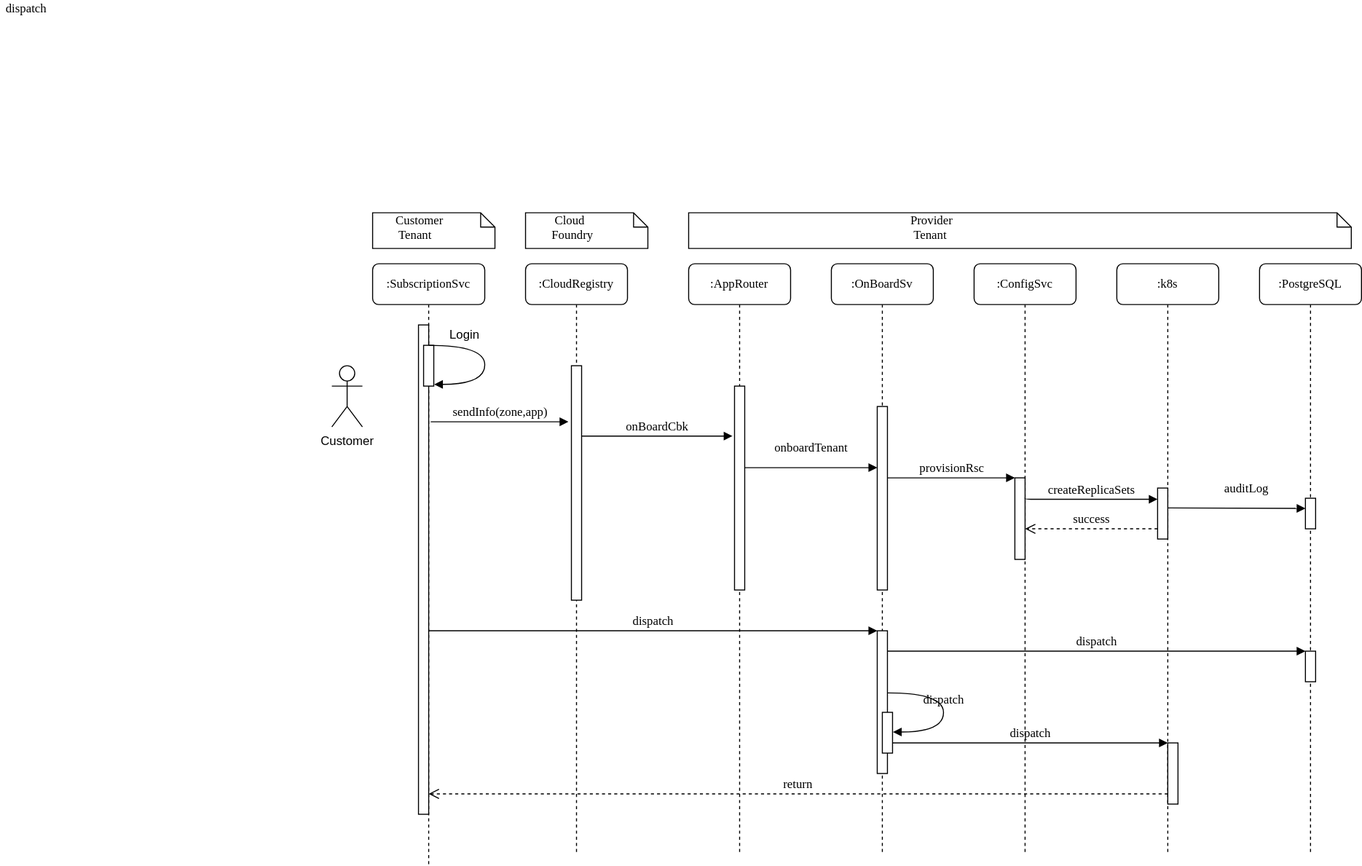
Before: Onboarding.svg, a diagram exported from draw.io (sundarvc/sequence-diagrams). Source tidied: cells renumbered, new cells last; positions are measured from the earlier drawing's top-left corner, leaving out a move shared by most shapes.
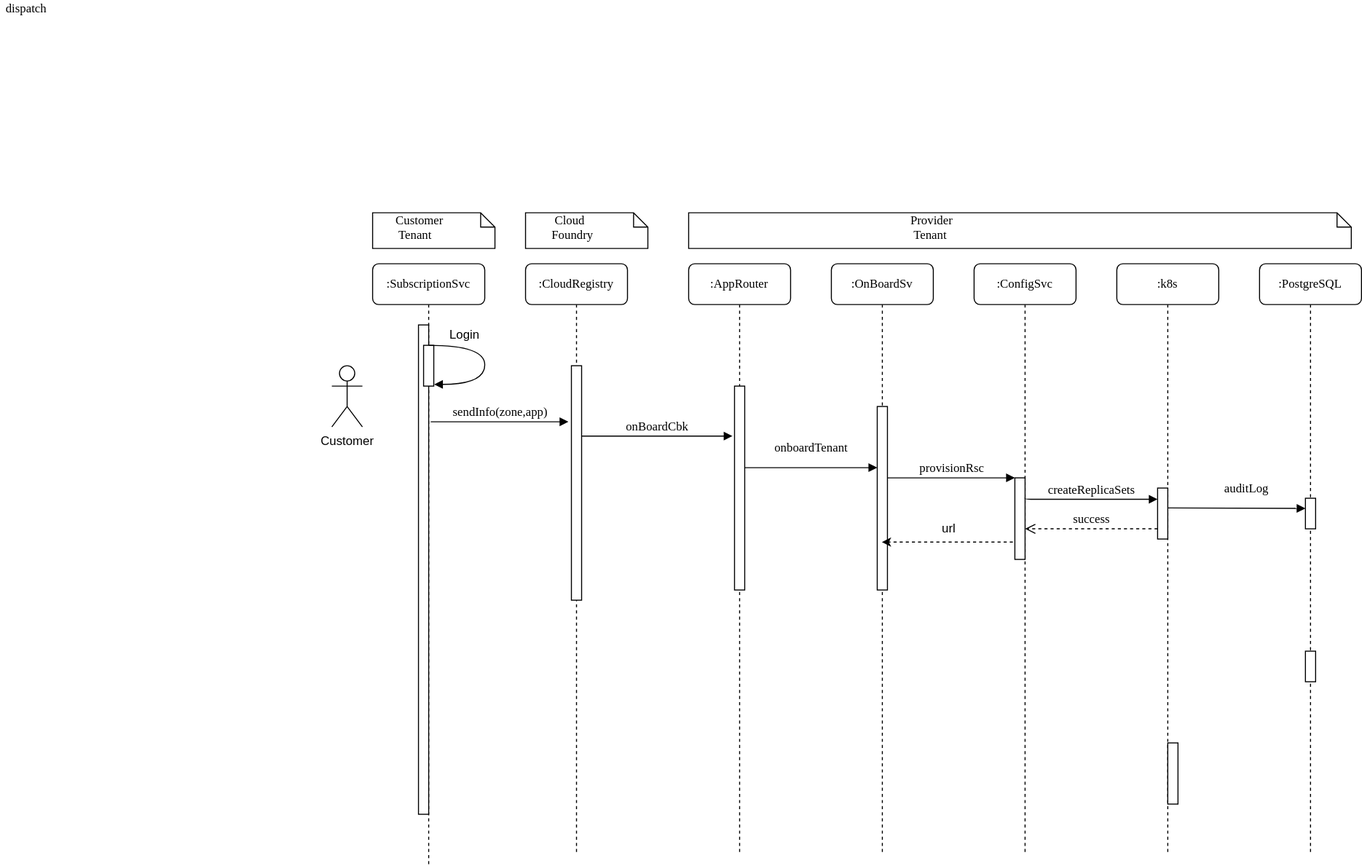
Later version of the same file.

The edit, as a diff of the source:
```diff
@@ -58,18 +58,9 @@
     <mxCell id="18" value="provisionRsc" style="html=1;verticalAlign=bottom;endArrow=block;entryX=0;entryY=0;labelBackgroundColor=none;fontFamily=Verdana;fontSize=12;edgeStyle=elbowEdgeStyle;elbow=vertical;" parent="1" edge="1" source="15" target="17">
       <mxGeometry relative="1" as="geometry" />
     </mxCell>
-    <mxCell id="19" style="html=1;points=[];perimeter=orthogonalPerimeter;rounded=0;shadow=0;comic=0;labelBackgroundColor=none;strokeWidth=1;fontFamily=Verdana;fontSize=12;align=center;" parent="1" vertex="1">
-      <mxGeometry x="535" y="410" width="10" height="140" as="geometry" />
-    </mxCell>
-    <mxCell id="20" value="dispatch" style="html=1;verticalAlign=bottom;endArrow=block;entryX=0;entryY=0;labelBackgroundColor=none;fontFamily=Verdana;fontSize=12;" parent="1" edge="1" source="13" target="19">
-      <mxGeometry relative="1" as="geometry" />
-    </mxCell>
     <mxCell id="21" style="html=1;points=[];perimeter=orthogonalPerimeter;rounded=0;shadow=0;comic=0;labelBackgroundColor=none;strokeColor=#000000;strokeWidth=1;fillColor=#FFFFFF;fontFamily=Verdana;fontSize=12;fontColor=#000000;align=center;" parent="1" vertex="1">
       <mxGeometry x="955" y="430" width="10" height="30" as="geometry" />
     </mxCell>
-    <mxCell id="22" value="dispatch" style="html=1;verticalAlign=bottom;endArrow=block;entryX=0;entryY=0;labelBackgroundColor=none;fontFamily=Verdana;fontSize=12;" parent="1" edge="1" source="19" target="21">
-      <mxGeometry relative="1" as="geometry" />
-    </mxCell>
     <mxCell id="23" value="success" style="html=1;verticalAlign=bottom;endArrow=open;dashed=1;endSize=8;labelBackgroundColor=none;fontFamily=Verdana;fontSize=12;" parent="1" edge="1">
       <mxGeometry relative="1" as="geometry">
         <mxPoint x="810" y="310" as="sourcePoint" />
@@ -79,35 +70,12 @@
     <mxCell id="24" style="html=1;points=[];perimeter=orthogonalPerimeter;rounded=0;shadow=0;comic=0;labelBackgroundColor=none;strokeWidth=1;fontFamily=Verdana;fontSize=12;align=center;" parent="1" vertex="1">
       <mxGeometry x="820" y="520" width="10" height="60" as="geometry" />
     </mxCell>
-    <mxCell id="25" value="dispatch" style="html=1;verticalAlign=bottom;endArrow=block;entryX=0;entryY=0;labelBackgroundColor=none;fontFamily=Verdana;fontSize=12;edgeStyle=elbowEdgeStyle;elbow=vertical;" parent="1" edge="1" source="29" target="24">
-      <mxGeometry relative="1" as="geometry" />
-    </mxCell>
-    <mxCell id="26" value="return" style="html=1;verticalAlign=bottom;endArrow=open;dashed=1;endSize=8;labelBackgroundColor=none;fontFamily=Verdana;fontSize=12;edgeStyle=elbowEdgeStyle;elbow=vertical;" parent="1" edge="1" source="24" target="13">
-      <mxGeometry relative="1" as="geometry">
-        <Array as="points">
-          <mxPoint x="520" y="570" />
-        </Array>
-      </mxGeometry>
-    </mxCell>
     <mxCell id="27" value="sendInfo(zone,app)" style="html=1;verticalAlign=bottom;endArrow=block;entryX=-0.3;entryY=0.243;labelBackgroundColor=none;fontFamily=Verdana;fontSize=12;edgeStyle=elbowEdgeStyle;elbow=vertical;exitX=1.2;exitY=0.198;exitDx=0;exitDy=0;exitPerimeter=0;entryDx=0;entryDy=0;entryPerimeter=0;" parent="1" edge="1" source="13" target="3">
       <mxGeometry relative="1" as="geometry" />
     </mxCell>
     <mxCell id="28" value="onBoardCbk" style="html=1;verticalAlign=bottom;endArrow=block;entryX=-0.2;entryY=0.245;labelBackgroundColor=none;fontFamily=Verdana;fontSize=12;edgeStyle=elbowEdgeStyle;elbow=vertical;entryDx=0;entryDy=0;entryPerimeter=0;" parent="1" edge="1" source="3" target="5">
       <mxGeometry relative="1" as="geometry" />
     </mxCell>
-    <mxCell id="29" style="html=1;points=[];perimeter=orthogonalPerimeter;rounded=0;shadow=0;comic=0;labelBackgroundColor=none;strokeWidth=1;fontFamily=Verdana;fontSize=12;align=center;" parent="1" vertex="1">
-      <mxGeometry x="540" y="490" width="10" height="40" as="geometry" />
-    </mxCell>
-    <mxCell id="30" value="dispatch" style="html=1;verticalAlign=bottom;endArrow=block;labelBackgroundColor=none;fontFamily=Verdana;fontSize=12;elbow=vertical;edgeStyle=orthogonalEdgeStyle;curved=1;entryX=1;entryY=0.286;entryPerimeter=0;exitX=1.038;exitY=0.345;exitPerimeter=0;" parent="1" edge="1">
-      <mxGeometry relative="1" as="geometry">
-        <mxPoint x="545.3" y="471" as="sourcePoint" />
-        <mxPoint x="550.3" y="509.3" as="targetPoint" />
-        <Array as="points">
-          <mxPoint x="600" y="471" />
-          <mxPoint x="600" y="509" />
-        </Array>
-      </mxGeometry>
-    </mxCell>
     <mxCell id="31" value="&amp;nbsp; &amp;nbsp; &amp;nbsp; &amp;nbsp; &amp;nbsp; &amp;nbsp; &amp;nbsp; &amp;nbsp; &amp;nbsp; &amp;nbsp; &amp;nbsp; &amp;nbsp; &amp;nbsp; &amp;nbsp; &amp;nbsp; &amp;nbsp; &amp;nbsp; &amp;nbsp; &amp;nbsp; &amp;nbsp; &amp;nbsp; &amp;nbsp; &amp;nbsp; &amp;nbsp; &amp;nbsp; &amp;nbsp; &amp;nbsp; &amp;nbsp; &amp;nbsp; &amp;nbsp; &amp;nbsp; &amp;nbsp; &amp;nbsp; &amp;nbsp; &amp;nbsp; &amp;nbsp; Provider&amp;nbsp;&lt;br&gt;&amp;nbsp; &amp;nbsp; &amp;nbsp; &amp;nbsp; &amp;nbsp; &amp;nbsp; &amp;nbsp; &amp;nbsp; &amp;nbsp; &amp;nbsp; &amp;nbsp; &amp;nbsp; &amp;nbsp; &amp;nbsp; &amp;nbsp; &amp;nbsp; &amp;nbsp; &amp;nbsp; &amp;nbsp; &amp;nbsp; &amp;nbsp; &amp;nbsp; &amp;nbsp; &amp;nbsp; &amp;nbsp; &amp;nbsp; &amp;nbsp; &amp;nbsp; &amp;nbsp; &amp;nbsp; &amp;nbsp; &amp;nbsp; &amp;nbsp; &amp;nbsp; &amp;nbsp; &amp;nbsp; &amp;nbsp;Tenant" style="shape=note;whiteSpace=wrap;html=1;size=14;verticalAlign=top;align=left;spacingTop=-6;rounded=0;shadow=0;comic=0;labelBackgroundColor=none;strokeWidth=1;fontFamily=Verdana;fontSize=12;" parent="1" vertex="1">
       <mxGeometry x="350" width="650" height="35" as="geometry" />
     </mxCell>
@@ -145,5 +113,11 @@
         <mxPoint x="1" as="offset" />
       </mxGeometry>
     </mxCell>
+    <mxCell id="39" style="endArrow=classic;html=1;exitX=-0.2;exitY=0.788;exitDx=0;exitDy=0;exitPerimeter=0;dashed=1;" parent="1" edge="1" source="17" target="6">
+      <mxGeometry relative="1" as="geometry" />
+    </mxCell>
+    <mxCell id="40" value="url" style="text;html=1;align=center;verticalAlign=middle;" parent="1" vertex="1">
+      <mxGeometry x="590" y="300" width="30" height="20" as="geometry" />
+    </mxCell>
   </root>
 </mxGraphModel>
```
